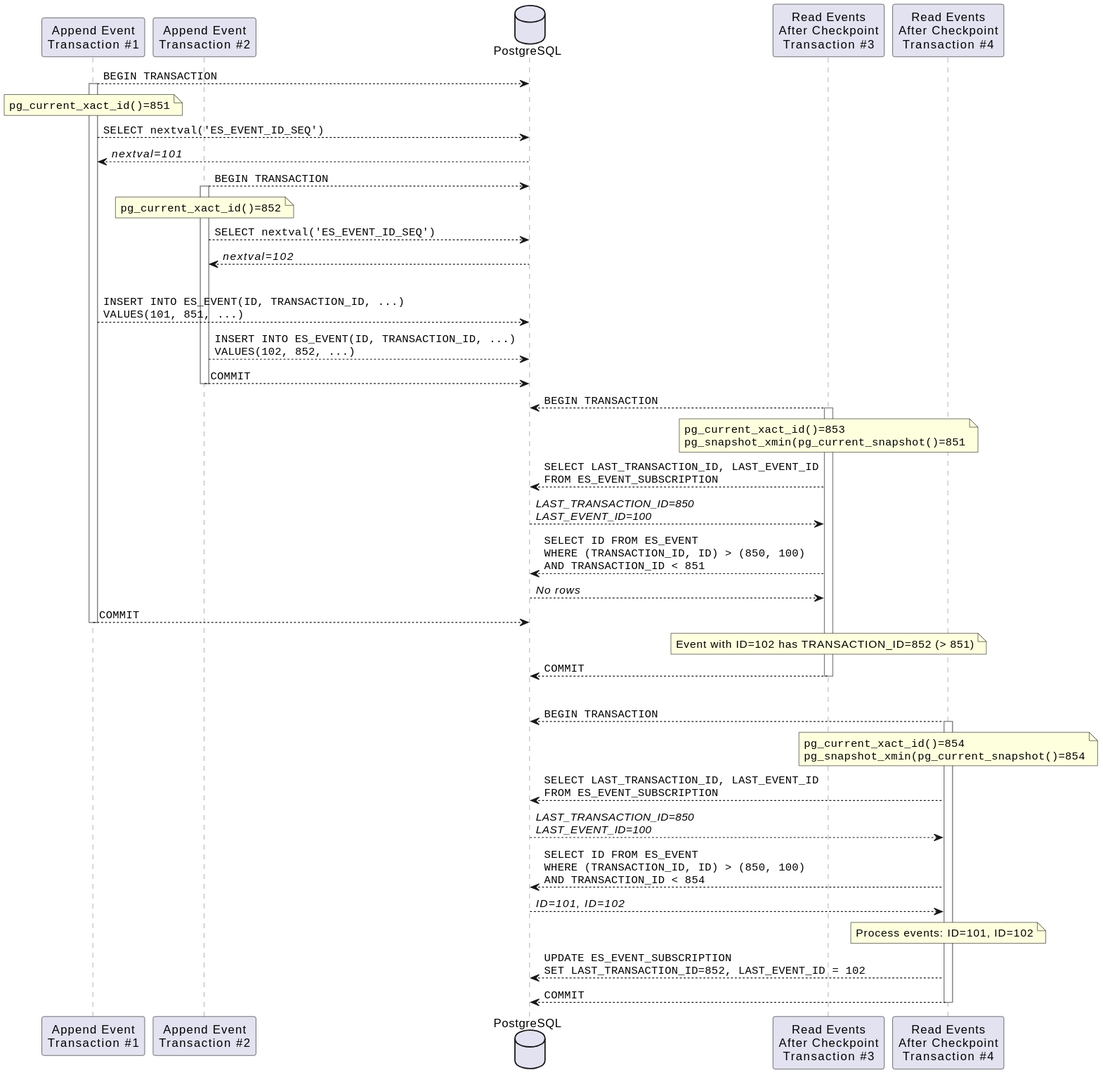
codehunter-dev-281/postgresql-event-sourcing keeps this PlantUML diagram as img/postgresql-reliable-outbox.svg. Above is the earlier version.
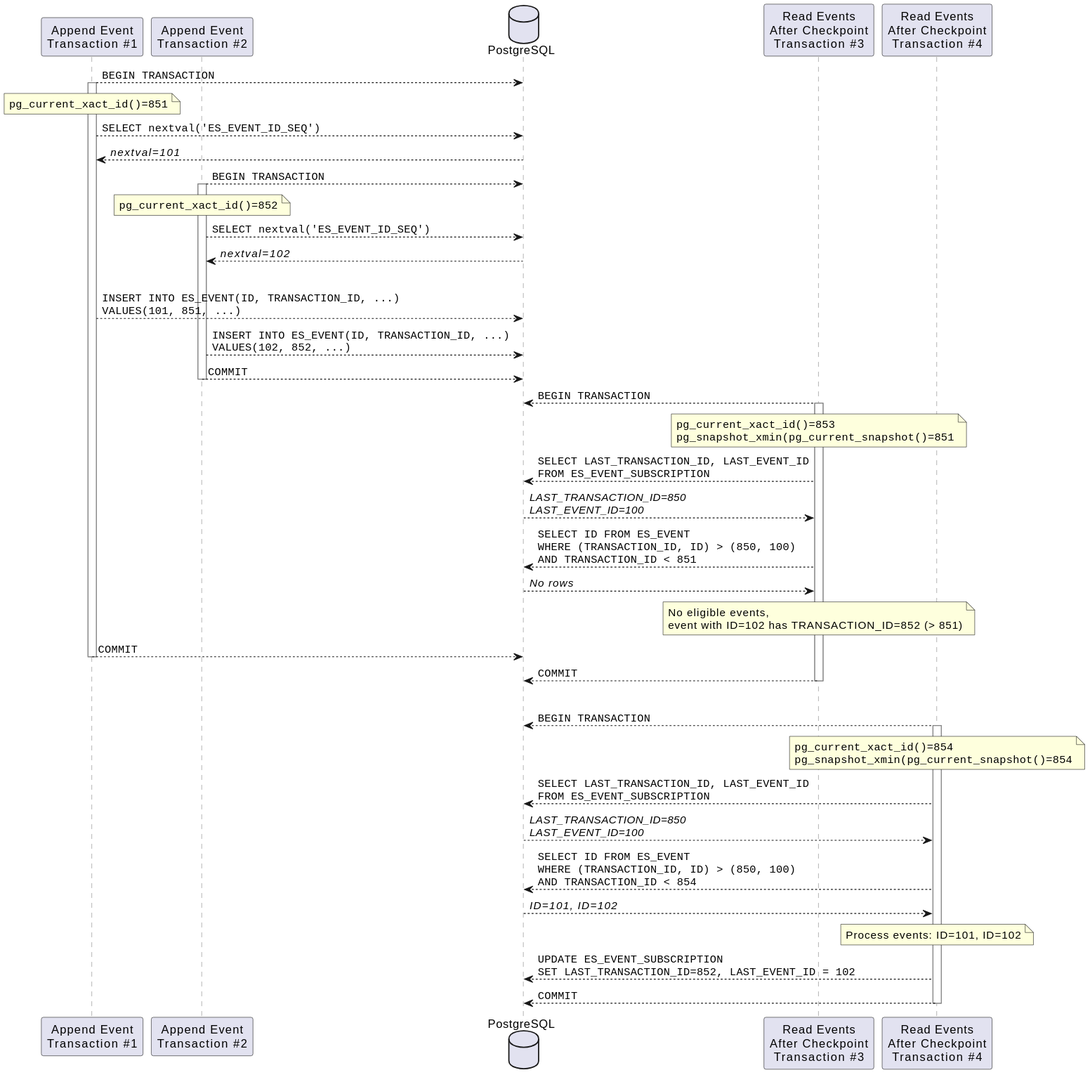
The same file after the commit.

Diff of the diagram source:
```diff
@@ -34,8 +34,8 @@
 db --> tx3: //LAST_TRANSACTION_ID=850//\n//LAST_EVENT_ID=100//
 tx3 --> db: ""SELECT ID FROM ES_EVENT""\n""WHERE (TRANSACTION_ID, ID) > (850, 100)""\n""AND TRANSACTION_ID < 851""
 db --> tx3: //No rows//
+note over tx3: No eligible events,\nevent with ID=102 has TRANSACTION_ID=852 (> 851)
 tx1 --> db: ""COMMIT""
-note over tx3: Event with ID=102 has TRANSACTION_ID=852 (> 851)
 deactivate tx1
 tx3 --> db: ""COMMIT""
 deactivate tx3
```
